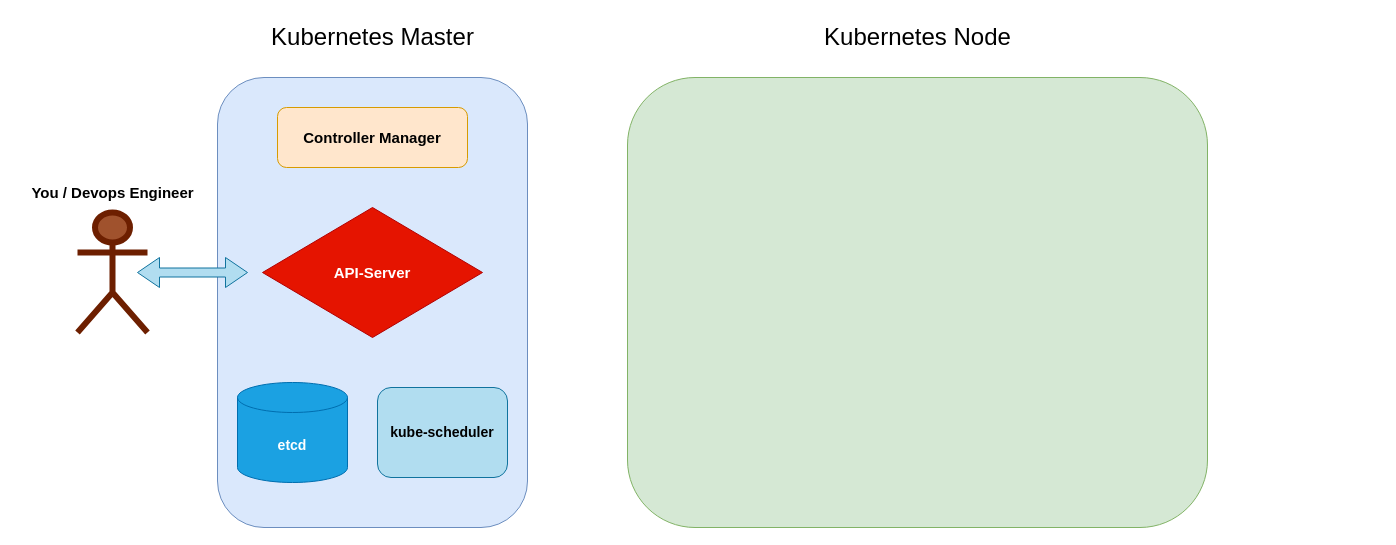
Earlier version of the draw.io diagram Kubernetes-Cluster.drawio (unalsayar/Drawings). Source tidied: cells renumbered, new cells numbered last; positions are measured from the earlier drawing's top-left corner, leaving out a move shared by most shapes. Both pictures are drawn from the tidied source at 100%, with x=0, y=0 at pixel (17, 17).
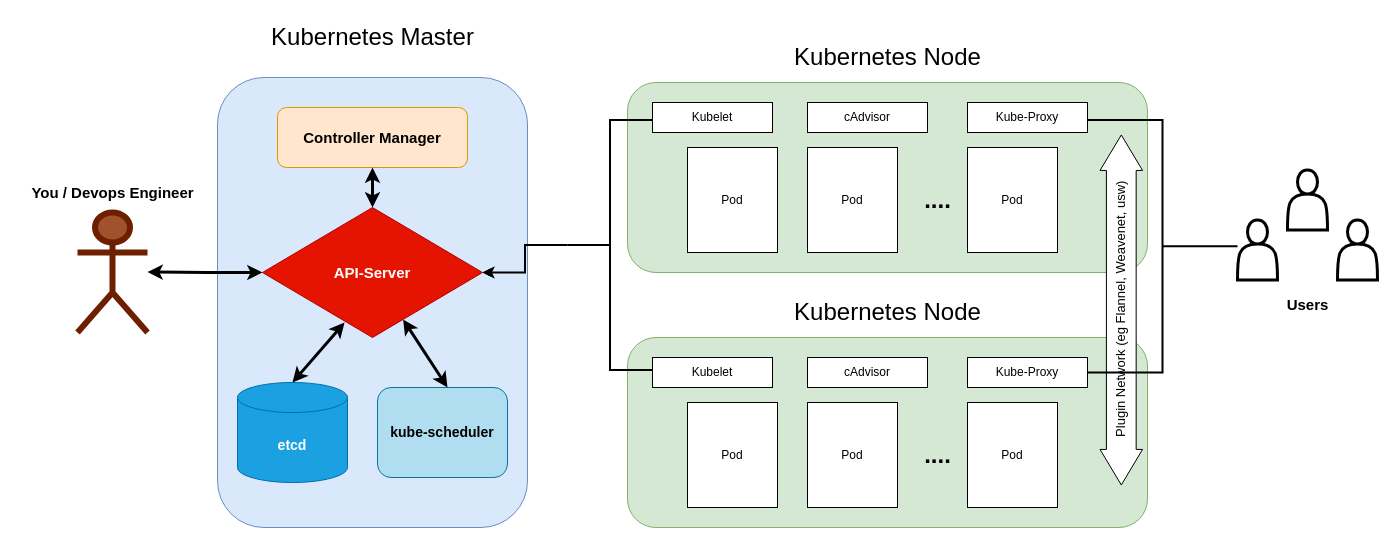
After the change.

The change refers to these unchanged cells:
```xml
<mxCell id="6" value="&lt;font style=&quot;font-size: 14px;&quot;&gt;&lt;b&gt;etcd&lt;/b&gt;&lt;/font&gt;" style="shape=cylinder3;whiteSpace=wrap;html=1;boundedLbl=1;backgroundOutline=1;size=15;fillColor=#1ba1e2;fontColor=#ffffff;strokeColor=#006EAF;" parent="1" vertex="1">
  <mxGeometry x="220" y="365" width="110" height="100" as="geometry" />
</mxCell>
<mxCell id="8" value="&lt;font style=&quot;font-size: 15px;&quot;&gt;&lt;b&gt;API-Server&lt;/b&gt;&lt;/font&gt;" style="rhombus;whiteSpace=wrap;html=1;fillColor=#e51400;fontColor=#ffffff;strokeColor=#B20000;" parent="1" vertex="1">
  <mxGeometry x="245" y="190" width="220" height="130" as="geometry" />
</mxCell>
<mxCell id="9" value="&lt;font style=&quot;font-size: 15px;&quot;&gt;&lt;b&gt;Controller Manager&lt;/b&gt;&lt;/font&gt;" style="rounded=1;whiteSpace=wrap;html=1;fillColor=#ffe6cc;strokeColor=#d79b00;" parent="1" vertex="1">
  <mxGeometry x="260" y="90" width="190" height="60" as="geometry" />
</mxCell>
```

Change to the diagram source:
```diff
@@
-    <mxCell id="3" style="rounded=1;whiteSpace=wrap;html=1;fillColor=#d5e8d4;strokeColor=#82b366;" parent="1" vertex="1">
-      <mxGeometry x="610" y="60" width="580" height="450" as="geometry" />
-    </mxCell>
@@
-    <mxCell id="5" value="&lt;font style=&quot;font-size: 24px;&quot;&gt;Kubernetes Node&lt;/font&gt;" style="text;html=1;align=center;verticalAlign=middle;strokeColor=none;fillColor=none;strokeWidth=6;" parent="1" vertex="1">
-      <mxGeometry x="795" width="210" height="40" as="geometry" />
-    </mxCell>
@@
-    <mxCell id="12" style="shape=doubleArrow;whiteSpace=wrap;html=1;fillColor=#b1ddf0;strokeColor=#10739e;" parent="1" vertex="1">
-      <mxGeometry x="120" y="240" width="110" height="30" as="geometry" />
-    </mxCell>
+    <mxCell id="13" style="rounded=1;whiteSpace=wrap;html=1;fillColor=#d5e8d4;strokeColor=#82b366;" parent="1" vertex="1">
+      <mxGeometry x="610" y="320" width="520" height="190" as="geometry" />
+    </mxCell>
+    <mxCell id="14" style="endArrow=classic;startArrow=classic;html=1;rounded=0;strokeWidth=3;" parent="1" edge="1" target="8">
+      <mxGeometry relative="1" as="geometry">
+        <mxPoint x="130" y="254.5" as="sourcePoint" />
+        <Array as="points">
+          <mxPoint x="190" y="255" />
+        </Array>
+      </mxGeometry>
+    </mxCell>
+    <mxCell id="15" style="endArrow=classic;startArrow=classic;html=1;rounded=0;strokeWidth=3;entryX=0.373;entryY=0.885;entryDx=0;entryDy=0;entryPerimeter=0;exitX=0.5;exitY=0;exitDx=0;exitDy=0;exitPerimeter=0;" parent="1" edge="1" source="6" target="8">
+      <mxGeometry relative="1" as="geometry" />
+    </mxCell>
+    <mxCell id="16" value="&lt;font style=&quot;font-size: 24px;&quot;&gt;Kubernetes Node&lt;/font&gt;" style="text;html=1;align=center;verticalAlign=middle;strokeColor=none;fillColor=none;strokeWidth=6;" parent="1" vertex="1">
+      <mxGeometry x="765" y="275" width="210" height="40" as="geometry" />
+    </mxCell>
+    <mxCell id="17" value="Pod" style="rounded=0;whiteSpace=wrap;html=1;" parent="1" vertex="1">
+      <mxGeometry x="670" y="385" width="90" height="105" as="geometry" />
+    </mxCell>
+    <mxCell id="18" value="Pod" style="rounded=0;whiteSpace=wrap;html=1;" parent="1" vertex="1">
+      <mxGeometry x="790" y="385" width="90" height="105" as="geometry" />
+    </mxCell>
+    <mxCell id="19" value="Pod" style="rounded=0;whiteSpace=wrap;html=1;" parent="1" vertex="1">
+      <mxGeometry x="950" y="385" width="90" height="105" as="geometry" />
+    </mxCell>
+    <mxCell id="20" value="...." style="text;strokeColor=none;fillColor=none;html=1;fontSize=24;fontStyle=1;verticalAlign=middle;align=center;" parent="1" vertex="1">
+      <mxGeometry x="870" y="417.5" width="100" height="40" as="geometry" />
+    </mxCell>
+    <mxCell id="21" value="Kubelet" style="rounded=0;whiteSpace=wrap;html=1;" parent="1" vertex="1">
+      <mxGeometry x="635" y="340" width="120" height="30" as="geometry" />
+    </mxCell>
+    <mxCell id="22" value="cAdvisor" style="rounded=0;whiteSpace=wrap;html=1;" parent="1" vertex="1">
+      <mxGeometry x="790" y="340" width="120" height="30" as="geometry" />
+    </mxCell>
+    <mxCell id="23" value="Kube-Proxy" style="rounded=0;whiteSpace=wrap;html=1;" parent="1" vertex="1">
+      <mxGeometry x="950" y="340" width="120" height="30" as="geometry" />
+    </mxCell>
+    <mxCell id="24" style="rounded=1;whiteSpace=wrap;html=1;fillColor=#d5e8d4;strokeColor=#82b366;" parent="1" vertex="1">
+      <mxGeometry x="610" y="65" width="520" height="190" as="geometry" />
+    </mxCell>
+    <mxCell id="25" value="&lt;font style=&quot;font-size: 24px;&quot;&gt;Kubernetes Node&lt;/font&gt;" style="text;html=1;align=center;verticalAlign=middle;strokeColor=none;fillColor=none;strokeWidth=6;" parent="1" vertex="1">
+      <mxGeometry x="765" y="20" width="210" height="40" as="geometry" />
+    </mxCell>
+    <mxCell id="26" value="Pod" style="rounded=0;whiteSpace=wrap;html=1;" parent="1" vertex="1">
+      <mxGeometry x="670" y="130" width="90" height="105" as="geometry" />
+    </mxCell>
+    <mxCell id="27" value="Pod" style="rounded=0;whiteSpace=wrap;html=1;" parent="1" vertex="1">
+      <mxGeometry x="790" y="130" width="90" height="105" as="geometry" />
+    </mxCell>
+    <mxCell id="28" value="Pod" style="rounded=0;whiteSpace=wrap;html=1;" parent="1" vertex="1">
+      <mxGeometry x="950" y="130" width="90" height="105" as="geometry" />
+    </mxCell>
+    <mxCell id="29" value="...." style="text;strokeColor=none;fillColor=none;html=1;fontSize=24;fontStyle=1;verticalAlign=middle;align=center;" parent="1" vertex="1">
+      <mxGeometry x="870" y="162.5" width="100" height="40" as="geometry" />
+    </mxCell>
+    <mxCell id="30" value="Kubelet" style="rounded=0;whiteSpace=wrap;html=1;" parent="1" vertex="1">
+      <mxGeometry x="635" y="85" width="120" height="30" as="geometry" />
+    </mxCell>
+    <mxCell id="31" value="cAdvisor" style="rounded=0;whiteSpace=wrap;html=1;" parent="1" vertex="1">
+      <mxGeometry x="790" y="85" width="120" height="30" as="geometry" />
+    </mxCell>
+    <mxCell id="32" value="Kube-Proxy" style="rounded=0;whiteSpace=wrap;html=1;" parent="1" vertex="1">
+      <mxGeometry x="950" y="85" width="120" height="30" as="geometry" />
+    </mxCell>
+    <mxCell id="33" style="shape=actor;whiteSpace=wrap;html=1;strokeWidth=3;" parent="1" vertex="1">
+      <mxGeometry x="1220" y="202.5" width="40" height="60" as="geometry" />
+    </mxCell>
+    <mxCell id="34" style="shape=actor;whiteSpace=wrap;html=1;strokeWidth=3;" parent="1" vertex="1">
+      <mxGeometry x="1320" y="202.5" width="40" height="60" as="geometry" />
+    </mxCell>
+    <mxCell id="35" style="shape=actor;whiteSpace=wrap;html=1;strokeWidth=3;" parent="1" vertex="1">
+      <mxGeometry x="1270" y="152.5" width="40" height="60" as="geometry" />
+    </mxCell>
+    <mxCell id="36" value="&lt;font style=&quot;font-size: 15px;&quot;&gt;Users&lt;/font&gt;" style="text;strokeColor=none;fillColor=none;html=1;fontSize=24;fontStyle=1;verticalAlign=middle;align=center;" parent="1" vertex="1">
+      <mxGeometry x="1240" y="265" width="100" height="40" as="geometry" />
+    </mxCell>
+    <mxCell id="37" style="endArrow=classic;startArrow=classic;html=1;rounded=0;strokeWidth=3;exitX=0.5;exitY=0;exitDx=0;exitDy=0;entryX=0.5;entryY=1;entryDx=0;entryDy=0;" parent="1" edge="1" source="8" target="9">
+      <mxGeometry relative="1" as="geometry" />
+    </mxCell>
+    <mxCell id="38" style="endArrow=classic;startArrow=classic;html=1;rounded=0;strokeWidth=3;" parent="1" edge="1" target="8">
+      <mxGeometry relative="1" as="geometry">
+        <mxPoint x="430" y="370" as="sourcePoint" />
+      </mxGeometry>
+    </mxCell>
+    <mxCell id="39" style="edgeStyle=orthogonalEdgeStyle;rounded=0;jettySize=auto;html=1;entryX=1;entryY=0.5;entryDx=0;entryDy=0;" parent="1" edge="1" source="41" target="8">
+      <mxGeometry relative="1" as="geometry" />
+    </mxCell>
+    <mxCell id="40" style="edgeStyle=orthogonalEdgeStyle;rounded=0;jettySize=auto;html=1;strokeWidth=2;" parent="1" edge="1" source="41" target="8">
+      <mxGeometry relative="1" as="geometry" />
+    </mxCell>
+    <mxCell id="41" style="strokeWidth=2;html=1;shape=mxgraph.flowchart.annotation_2;align=left;labelPosition=right;" parent="1" vertex="1">
+      <mxGeometry x="550" y="102.5" width="85" height="250" as="geometry" />
+    </mxCell>
+    <mxCell id="42" value="&lt;div style=&quot;text-align: justify;&quot;&gt;&lt;span style=&quot;font-size: 13px; background-color: initial;&quot;&gt;Plugin Network (eg Flannel, Weavenet, usw)&lt;/span&gt;&lt;/div&gt;" style="html=1;shadow=0;dashed=0;align=center;verticalAlign=middle;shape=mxgraph.arrows2.twoWayArrow;dy=0.3;dx=35.5;rotation=-90;" parent="1" vertex="1">
+      <mxGeometry x="928.8" y="271.2" width="350" height="42.5" as="geometry" />
+    </mxCell>
+    <mxCell id="43" style="strokeWidth=2;html=1;shape=mxgraph.flowchart.annotation_2;align=left;labelPosition=right;rotation=-180;" parent="1" vertex="1">
+      <mxGeometry x="1070" y="102.5" width="150" height="252.5" as="geometry" />
+    </mxCell>
```
